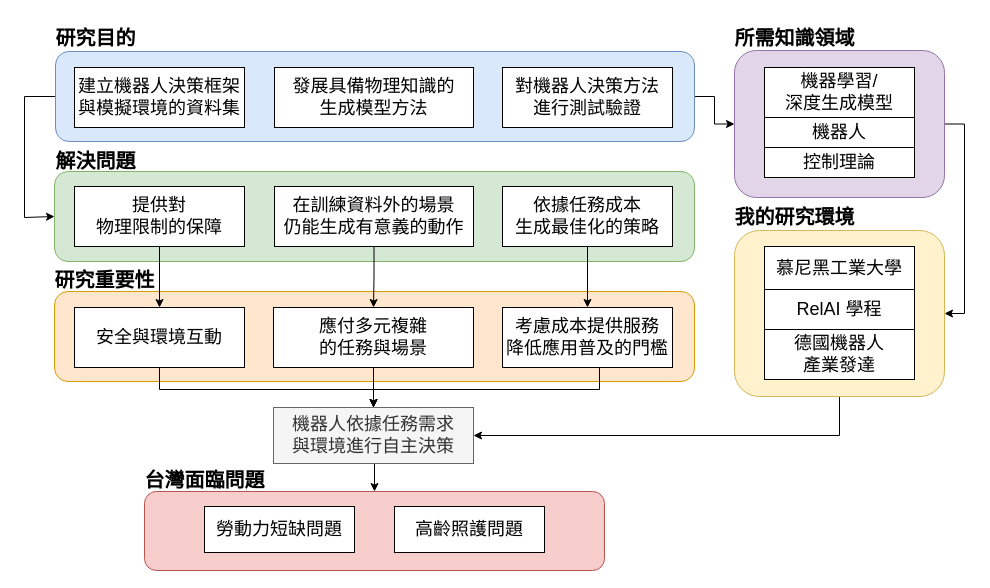
The draw.io diagram research_obj_importance_arch.drawio in IanHuangYH/Paper_Submission_Chart, before the edit. Source tidied: cells renumbered, new cells numbered last; positions are measured from the earlier drawing's top-left corner, leaving out a move shared by most shapes. Both pictures are drawn from the tidied source at 100%, with x=0, y=0 at pixel (24, 17).
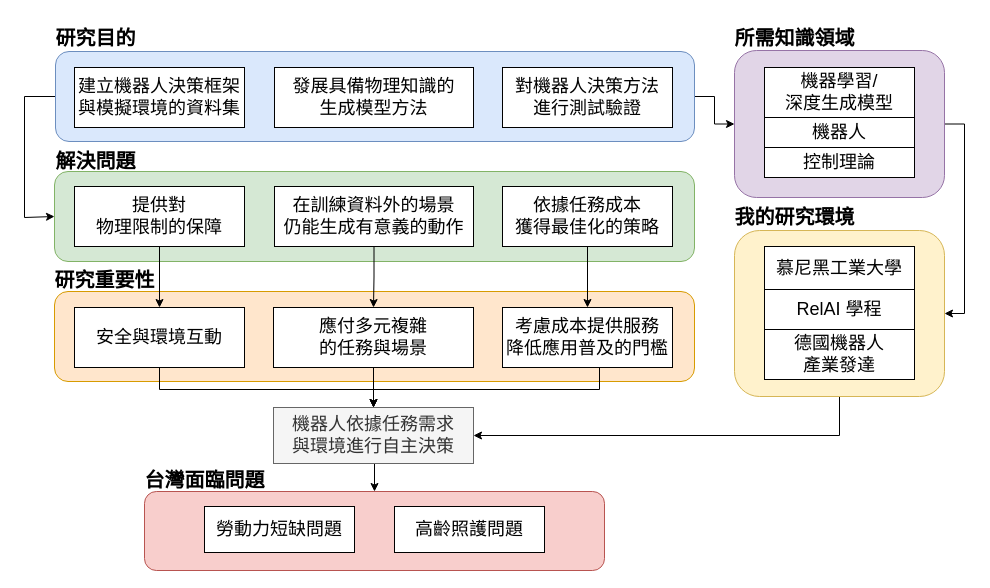
After the change.

What changed in the source:
```diff
@@
-    <mxCell id="17" value="&lt;span style=&quot;font-size: 18px;&quot;&gt;依據任務成本&lt;br&gt;生成最佳化的策略&lt;/span&gt;" style="rounded=0;whiteSpace=wrap;html=1;" parent="1" vertex="1">
+    <mxCell id="17" value="&lt;span style=&quot;font-size: 18px;&quot;&gt;依據任務成本&lt;br&gt;獲得最佳化的策略&lt;/span&gt;" style="rounded=0;whiteSpace=wrap;html=1;" parent="1" vertex="1">
       <mxGeometry x="478" y="169" width="170" height="60" as="geometry" />
     </mxCell>
```
